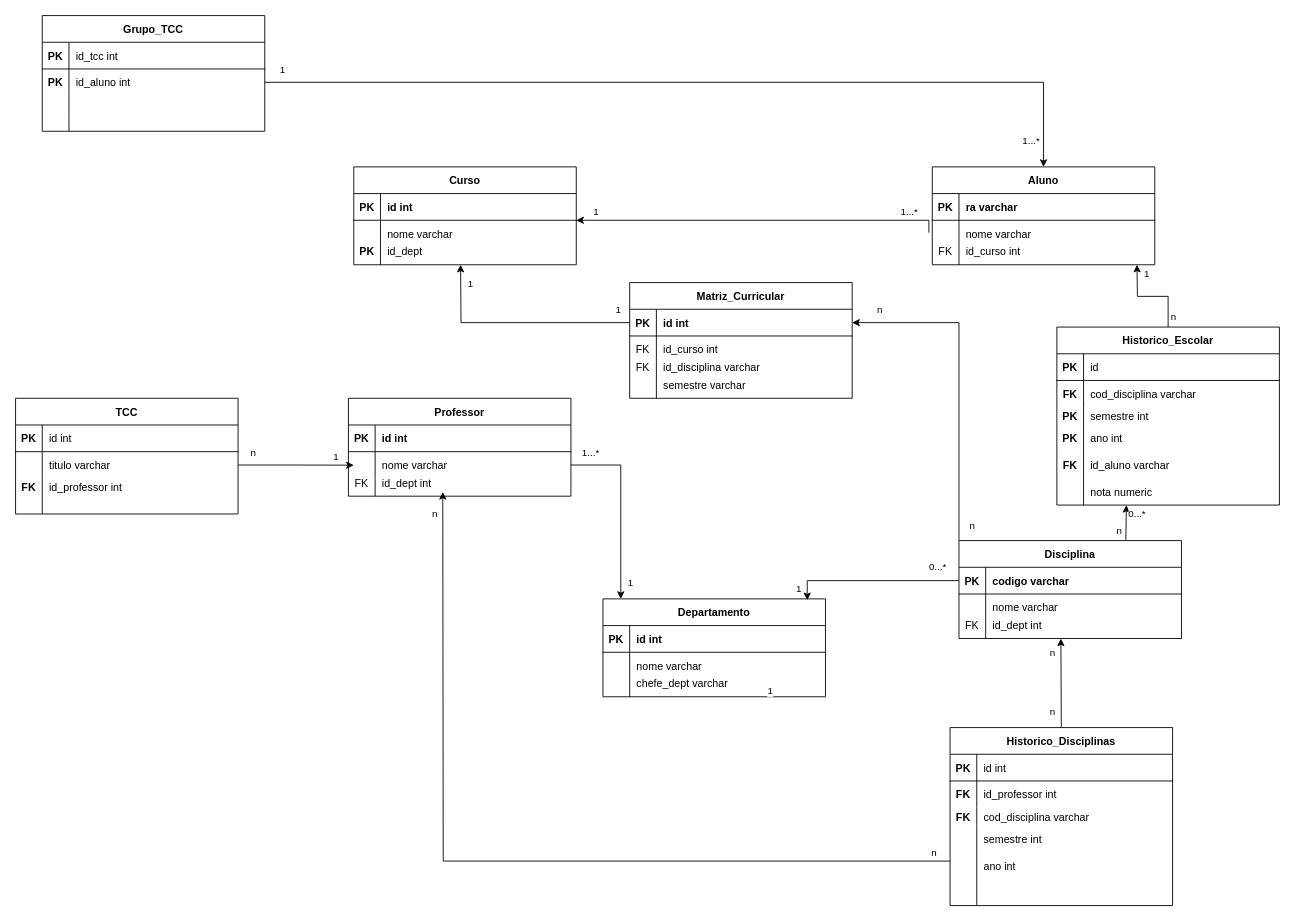
The draw.io diagram Relational Diagram.drawio in luiggigarcia/Academic_Database_UniversityModel, before the edit. Source tidied: cells renumbered, new cells numbered last; positions are measured from the earlier drawing's top-left corner, leaving out a move shared by most shapes. Both pictures are drawn from the tidied source at 89%, with x=0, y=0 at pixel (15, 15).
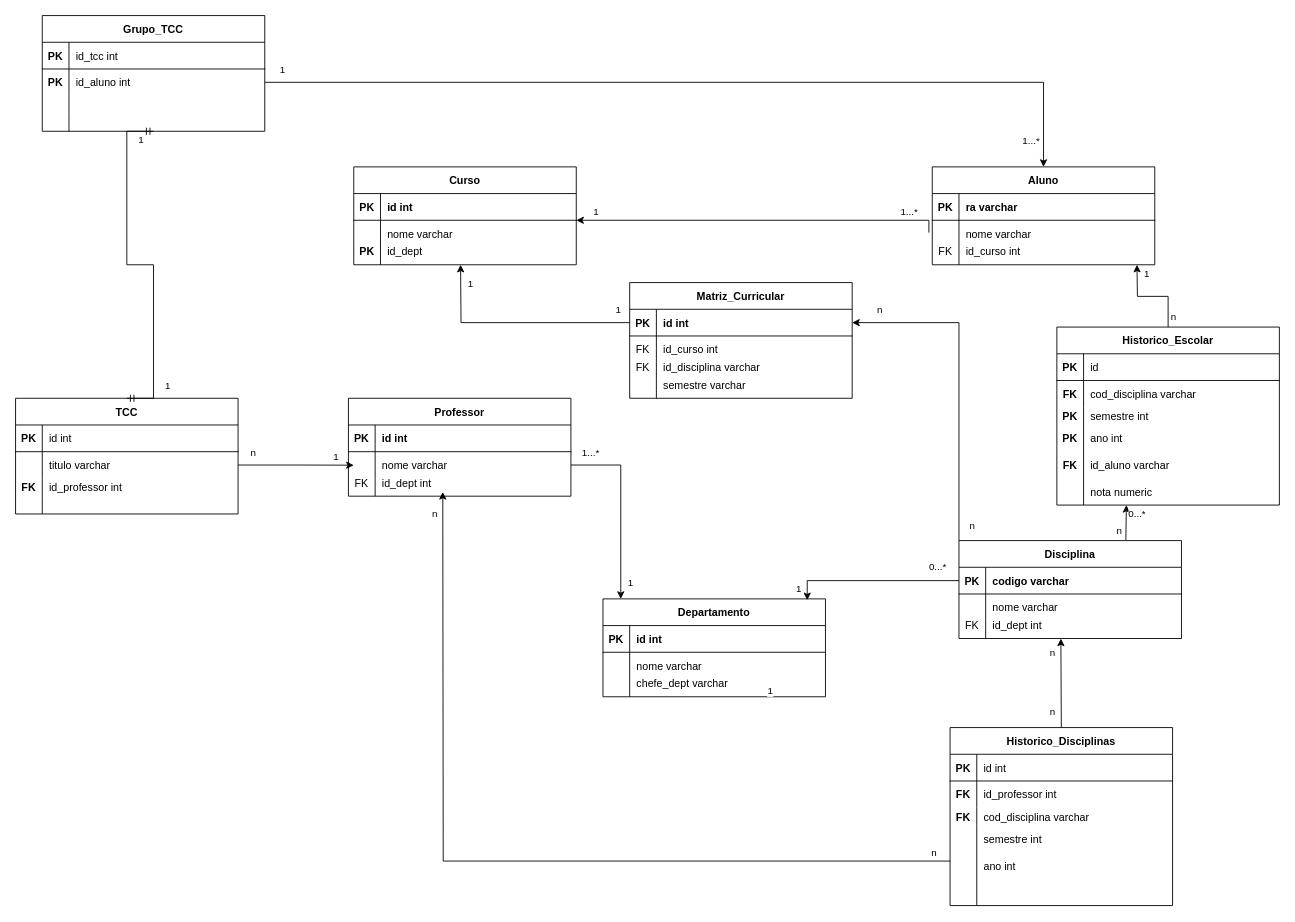
Above is the later version.

Unchanged cells that the change refers to:
```xml
<mxCell id="130" value="TCC" style="shape=table;startSize=30;childLayout=tableLayout;rowLines=0;fontStyle=1;align=center;" parent="1" vertex="1">
  <mxGeometry y="430" width="250" height="130" as="geometry" />
</mxCell>
<mxCell id="143" value="Grupo_TCC" style="shape=table;startSize=30;childLayout=tableLayout;rowLines=0;fontStyle=1;align=center;" parent="1" vertex="1">
  <mxGeometry x="30" width="250" height="130" as="geometry" />
</mxCell>
```

The edit, as a diff of the source:
```diff
@@
+    <mxCell id="161" style="edgeStyle=entityRelationEdgeStyle;fontSize=12;html=1;endArrow=ERmandOne;startArrow=ERmandOne;rounded=0;entryX=0.5;entryY=1;entryDx=0;entryDy=0;exitX=0.5;exitY=0;exitDx=0;exitDy=0;" parent="1" edge="1" source="130" target="143">
+      <mxGeometry relative="1" as="geometry">
+        <Array as="points">
+          <mxPoint x="-60" y="265" />
+        </Array>
+      </mxGeometry>
+    </mxCell>
+    <mxCell id="162" value="1" style="edgeLabel;html=1;align=center;verticalAlign=middle;" parent="161" vertex="1">
+      <mxGeometry x="-0.77" y="2" relative="1" as="geometry">
+        <mxPoint x="17" as="offset" />
+      </mxGeometry>
+    </mxCell>
+    <mxCell id="163" value="1" style="edgeLabel;html=1;align=center;verticalAlign=middle;" parent="161" vertex="1">
+      <mxGeometry x="0.73" y="1" relative="1" as="geometry">
+        <mxPoint x="16" y="-14" as="offset" />
+      </mxGeometry>
+    </mxCell>
```
